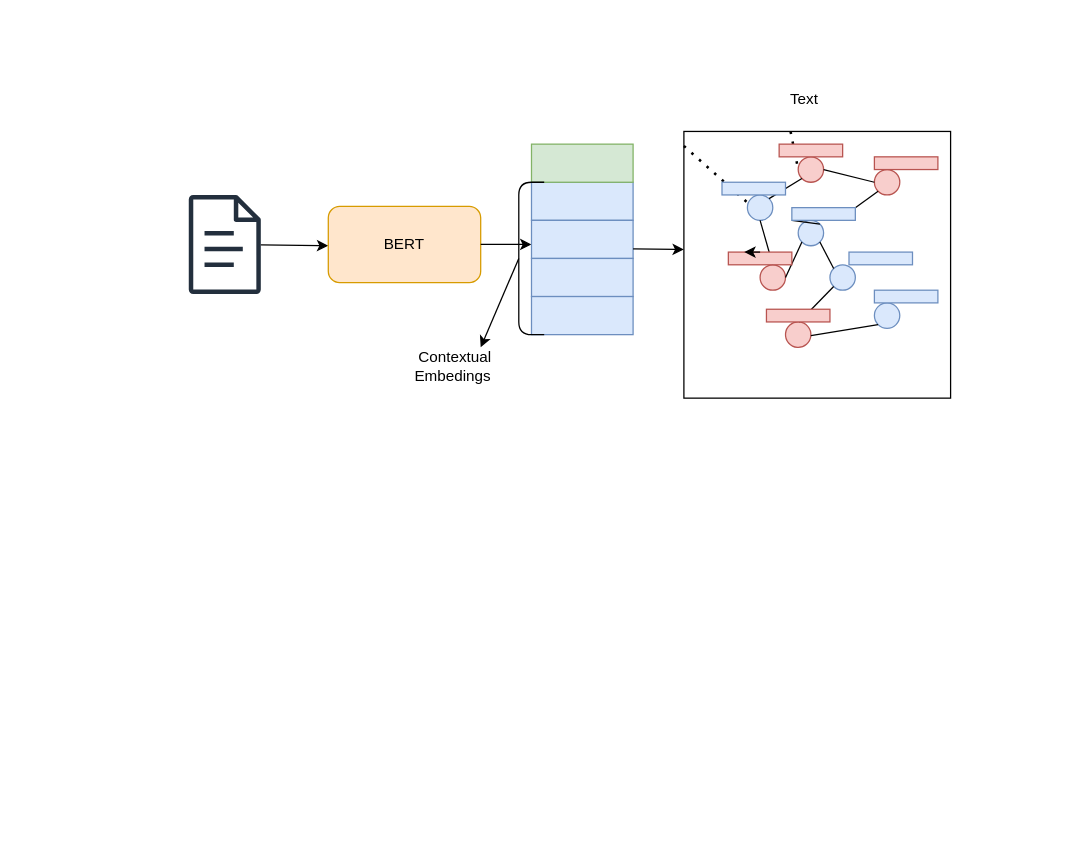
Before: page "Page-1" (2 of 2) of GraphBERT.drawio in prabsh/pj, a draw.io diagram. Source tidied: cells renumbered, new cells numbered last; positions are measured from the earlier drawing's top-left corner, leaving out a move shared by most shapes. Both pictures are drawn from the tidied source at 127%, with x=0, y=0 at pixel (188, 80).
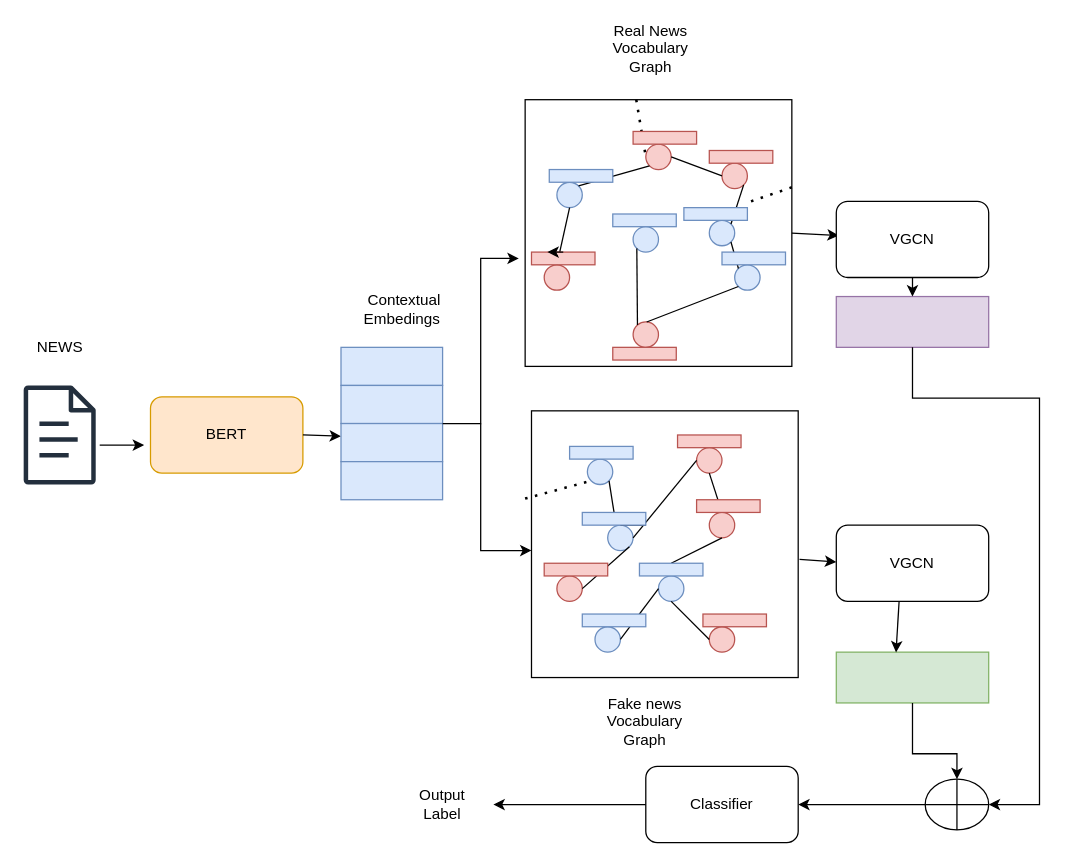
The same page after the edit.

The edit, as a diff of the source:
```diff
@@
     <mxCell id="2" style="sketch=0;outlineConnect=0;fontColor=#232F3E;gradientColor=none;fillColor=#232F3D;strokeColor=none;dashed=0;verticalLabelPosition=bottom;verticalAlign=top;align=center;html=1;fontSize=12;fontStyle=0;shape=mxgraph.aws4.document;" parent="1" vertex="1">
-      <mxGeometry y="90" width="57" height="78" as="geometry" />
+      <mxGeometry x="-130" y="240" width="57" height="78" as="geometry" />
     </mxCell>
-    <mxCell id="3" style="endArrow=classic;html=1;rounded=0;" parent="1" edge="1" source="2">
+    <mxCell id="3" style="endArrow=classic;html=1;rounded=0;entryX=-0.042;entryY=0.633;entryDx=0;entryDy=0;entryPerimeter=0;" parent="1" edge="1" target="4">
       <mxGeometry relative="1" as="geometry">
-        <mxPoint x="110" y="130" as="targetPoint" />
+        <mxPoint x="-70" y="287" as="sourcePoint" />
       </mxGeometry>
     </mxCell>
     <mxCell id="4" value="BERT" style="rounded=1;whiteSpace=wrap;html=1;fillColor=#ffe6cc;strokeColor=#d79b00;" parent="1" vertex="1">
-      <mxGeometry x="110" y="99" width="120" height="60" as="geometry" />
+      <mxGeometry x="-30" y="249" width="120" height="60" as="geometry" />
     </mxCell>
     <mxCell id="5" style="endArrow=classic;html=1;rounded=0;exitX=1;exitY=0.5;exitDx=0;exitDy=0;" parent="1" edge="1" source="4">
       <mxGeometry relative="1" as="geometry">
-        <mxPoint x="270" y="129" as="targetPoint" />
+        <mxPoint x="120" y="280" as="targetPoint" />
       </mxGeometry>
     </mxCell>
     <mxCell id="6" style="rounded=0;whiteSpace=wrap;html=1;fillColor=#dae8fc;strokeColor=#6c8ebf;" parent="1" vertex="1">
-      <mxGeometry x="270" y="80" width="80" height="30" as="geometry" />
+      <mxGeometry x="120" y="210" width="80" height="30" as="geometry" />
     </mxCell>
-    <mxCell id="7" style="rounded=0;whiteSpace=wrap;html=1;fillColor=#d5e8d4;strokeColor=#82b366;" parent="1" vertex="1">
-      <mxGeometry x="270" y="50" width="80" height="30" as="geometry" />
-    </mxCell>
     <mxCell id="8" style="rounded=0;whiteSpace=wrap;html=1;fillColor=#dae8fc;strokeColor=#6c8ebf;" parent="1" vertex="1">
-      <mxGeometry x="270" y="110" width="80" height="30" as="geometry" />
+      <mxGeometry x="120" y="240" width="80" height="30" as="geometry" />
     </mxCell>
-    <mxCell id="9" style="edgeStyle=orthogonalEdgeStyle;rounded=0;jettySize=auto;html=1;" parent="1" edge="1" source="10">
-      <mxGeometry relative="1" as="geometry">
-        <mxPoint x="310" y="180" as="targetPoint" />
-      </mxGeometry>
-    </mxCell>
     <mxCell id="10" style="rounded=0;whiteSpace=wrap;html=1;fillColor=#dae8fc;strokeColor=#6c8ebf;" parent="1" vertex="1">
-      <mxGeometry x="270" y="140" width="80" height="30" as="geometry" />
+      <mxGeometry x="120" y="270" width="80" height="30" as="geometry" />
     </mxCell>
     <mxCell id="11" style="rounded=0;whiteSpace=wrap;html=1;fillColor=#dae8fc;strokeColor=#6c8ebf;" parent="1" vertex="1">
-      <mxGeometry x="270" y="170" width="80" height="30" as="geometry" />
+      <mxGeometry x="120" y="300" width="80" height="30" as="geometry" />
     </mxCell>
-    <mxCell id="12" style="shape=curlyBracket;whiteSpace=wrap;html=1;rounded=1;labelPosition=left;verticalLabelPosition=middle;align=right;verticalAlign=middle;size=0;" parent="1" vertex="1">
-      <mxGeometry x="260" y="80" width="20" height="120" as="geometry" />
-    </mxCell>
-    <mxCell id="13" style="endArrow=classic;html=1;rounded=0;" parent="1" edge="1">
-      <mxGeometry relative="1" as="geometry">
-        <mxPoint x="260" y="140" as="sourcePoint" />
-        <mxPoint x="230" y="210" as="targetPoint" />
-      </mxGeometry>
-    </mxCell>
-    <mxCell id="14" value="Contextual Embedings&amp;nbsp;" style="text;html=1;align=center;verticalAlign=middle;whiteSpace=wrap;rounded=0;" parent="1" vertex="1">
-      <mxGeometry x="160" y="210" width="100" height="30" as="geometry" />
-    </mxCell>
-    <mxCell id="15" style="endArrow=classic;html=1;rounded=0;exitX=1;exitY=0.75;exitDx=0;exitDy=0;" parent="1" edge="1" source="8">
-      <mxGeometry relative="1" as="geometry">
-        <mxPoint x="390" y="133" as="targetPoint" />
-      </mxGeometry>
-    </mxCell>
     <mxCell id="16" style="whiteSpace=wrap;html=1;" parent="1" vertex="1">
-      <mxGeometry x="390" y="40" width="210" height="210" as="geometry" />
+      <mxGeometry x="265" y="15" width="210" height="210" as="geometry" />
     </mxCell>
     <mxCell id="17" style="ellipse;whiteSpace=wrap;html=1;fillColor=#dae8fc;strokeColor=#6c8ebf;" parent="1" vertex="1">
-      <mxGeometry x="440" y="90" width="20" height="20" as="geometry" />
+      <mxGeometry x="290" y="80" width="20" height="20" as="geometry" />
     </mxCell>
     <mxCell id="18" style="ellipse;whiteSpace=wrap;html=1;fillColor=#f8cecc;strokeColor=#b85450;" parent="1" vertex="1">
-      <mxGeometry x="480" y="60" width="20" height="20" as="geometry" />
+      <mxGeometry x="360" y="50" width="20" height="20" as="geometry" />
     </mxCell>
     <mxCell id="19" style="ellipse;whiteSpace=wrap;html=1;fillColor=#dae8fc;strokeColor=#6c8ebf;" parent="1" vertex="1">
-      <mxGeometry x="480" y="110" width="20" height="20" as="geometry" />
+      <mxGeometry x="410" y="110" width="20" height="20" as="geometry" />
     </mxCell>
     <mxCell id="20" style="ellipse;whiteSpace=wrap;html=1;fillColor=#f8cecc;strokeColor=#b85450;" parent="1" vertex="1">
-      <mxGeometry x="450" y="145" width="20" height="20" as="geometry" />
+      <mxGeometry x="280" y="145" width="20" height="20" as="geometry" />
     </mxCell>
     <mxCell id="21" style="ellipse;whiteSpace=wrap;html=1;fillColor=#dae8fc;strokeColor=#6c8ebf;" parent="1" vertex="1">
-      <mxGeometry x="505" y="145" width="20" height="20" as="geometry" />
+      <mxGeometry x="430" y="145" width="20" height="20" as="geometry" />
     </mxCell>
     <mxCell id="22" style="ellipse;whiteSpace=wrap;html=1;fillColor=#dae8fc;strokeColor=#6c8ebf;" parent="1" vertex="1">
-      <mxGeometry x="540" y="175" width="20" height="20" as="geometry" />
+      <mxGeometry x="350" y="115" width="20" height="20" as="geometry" />
     </mxCell>
     <mxCell id="23" style="ellipse;whiteSpace=wrap;html=1;fillColor=#f8cecc;strokeColor=#b85450;" parent="1" vertex="1">
-      <mxGeometry x="540" y="70" width="20" height="20" as="geometry" />
+      <mxGeometry x="420" y="65" width="20" height="20" as="geometry" />
     </mxCell>
     <mxCell id="24" style="ellipse;whiteSpace=wrap;html=1;rotation=4;fillColor=#f8cecc;strokeColor=#b85450;" parent="1" vertex="1">
-      <mxGeometry x="470" y="190" width="20" height="20" as="geometry" />
+      <mxGeometry x="350" y="190" width="20" height="20" as="geometry" />
     </mxCell>
@@
-    <mxCell id="26" style="endArrow=none;html=1;rounded=0;entryX=0;entryY=1;entryDx=0;entryDy=0;exitX=0.5;exitY=0;exitDx=0;exitDy=0;" parent="1" edge="1" target="19">
-      <mxGeometry relative="1" as="geometry">
-        <mxPoint x="470" y="155" as="sourcePoint" />
-      </mxGeometry>
-    </mxCell>
@@
-    <mxCell id="29" style="endArrow=none;html=1;rounded=0;entryX=0;entryY=1;entryDx=0;entryDy=0;exitX=1;exitY=0.5;exitDx=0;exitDy=0;" parent="1" edge="1" source="24" target="22">
+    <mxCell id="29" style="endArrow=none;html=1;rounded=0;entryX=0;entryY=1;entryDx=0;entryDy=0;exitX=0;exitY=0;exitDx=0;exitDy=0;" parent="1" edge="1" source="24" target="22">
       <mxGeometry relative="1" as="geometry" />
     </mxCell>
-    <mxCell id="30" style="endArrow=none;html=1;rounded=0;entryX=0;entryY=1;entryDx=0;entryDy=0;exitX=1;exitY=0;exitDx=0;exitDy=0;" parent="1" edge="1" source="39" target="23">
+    <mxCell id="30" style="endArrow=none;html=1;rounded=0;exitX=1;exitY=0;exitDx=0;exitDy=0;entryX=1;entryY=1;entryDx=0;entryDy=0;" parent="1" edge="1" source="19" target="23">
       <mxGeometry relative="1" as="geometry" />
     </mxCell>
@@
     <mxCell id="35" style="rounded=0;whiteSpace=wrap;html=1;fillColor=#f8cecc;strokeColor=#b85450;" parent="1" vertex="1">
-      <mxGeometry x="540" y="60" width="50" height="10" as="geometry" />
+      <mxGeometry x="410" y="55" width="50" height="10" as="geometry" />
     </mxCell>
     <mxCell id="36" style="rounded=0;whiteSpace=wrap;html=1;fillColor=#dae8fc;strokeColor=#6c8ebf;" parent="1" vertex="1">
-      <mxGeometry x="520" y="135" width="50" height="10" as="geometry" />
+      <mxGeometry x="390" y="100" width="50" height="10" as="geometry" />
     </mxCell>
     <mxCell id="37" style="rounded=0;whiteSpace=wrap;html=1;fillColor=#dae8fc;strokeColor=#6c8ebf;" parent="1" vertex="1">
-      <mxGeometry x="540" y="165" width="50" height="10" as="geometry" />
+      <mxGeometry x="420" y="135" width="50" height="10" as="geometry" />
     </mxCell>
-    <mxCell id="38" style="endArrow=none;html=1;rounded=0;entryX=0;entryY=1;entryDx=0;entryDy=0;exitX=1;exitY=0;exitDx=0;exitDy=0;" parent="1" edge="1" source="19" target="39">
-      <mxGeometry relative="1" as="geometry" />
-    </mxCell>
-    <mxCell id="39" style="rounded=0;whiteSpace=wrap;html=1;fillColor=#dae8fc;strokeColor=#6c8ebf;" parent="1" vertex="1">
-      <mxGeometry x="475" y="100" width="50" height="10" as="geometry" />
-    </mxCell>
     <mxCell id="40" style="rounded=0;whiteSpace=wrap;html=1;fillColor=#f8cecc;strokeColor=#b85450;" parent="1" vertex="1">
-      <mxGeometry x="465" y="50" width="50" height="10" as="geometry" />
+      <mxGeometry x="350" y="40" width="50" height="10" as="geometry" />
     </mxCell>
     <mxCell id="41" style="rounded=0;whiteSpace=wrap;html=1;fillColor=#dae8fc;strokeColor=#6c8ebf;" parent="1" vertex="1">
-      <mxGeometry x="420" y="80" width="50" height="10" as="geometry" />
+      <mxGeometry x="284" y="70" width="50" height="10" as="geometry" />
     </mxCell>
     <mxCell id="42" style="rounded=0;whiteSpace=wrap;html=1;fillColor=#f8cecc;strokeColor=#b85450;" parent="1" vertex="1">
-      <mxGeometry x="425" y="135" width="50" height="10" as="geometry" />
+      <mxGeometry x="270" y="135" width="50" height="10" as="geometry" />
     </mxCell>
     <mxCell id="43" style="rounded=0;whiteSpace=wrap;html=1;fillColor=#f8cecc;strokeColor=#b85450;" parent="1" vertex="1">
-      <mxGeometry x="455" y="180" width="50" height="10" as="geometry" />
+      <mxGeometry x="334" y="210" width="50" height="10" as="geometry" />
     </mxCell>
@@
-    <mxCell id="46" value="Text" style="text;html=1;align=center;verticalAlign=middle;whiteSpace=wrap;rounded=0;" parent="1" vertex="1">
-      <mxGeometry x="455" width="60" height="30" as="geometry" />
+    <mxCell id="46" value="Real News Vocabulary Graph" style="text;html=1;align=center;verticalAlign=middle;whiteSpace=wrap;rounded=0;" parent="1" vertex="1">
+      <mxGeometry x="334" y="-40" width="60" height="30" as="geometry" />
     </mxCell>
+    <mxCell id="14" value="Contextual Embedings&amp;nbsp;" style="text;html=1;align=center;verticalAlign=middle;whiteSpace=wrap;rounded=0;" parent="1" vertex="1">
+      <mxGeometry x="120" y="165" width="100" height="30" as="geometry" />
+    </mxCell>
+    <mxCell id="47" style="whiteSpace=wrap;html=1;" parent="1" vertex="1">
+      <mxGeometry x="270" y="260" width="210" height="210" as="geometry" />
+    </mxCell>
+    <mxCell id="48" style="rounded=0;whiteSpace=wrap;html=1;fillColor=#dae8fc;strokeColor=#6c8ebf;" parent="1" vertex="1">
+      <mxGeometry x="334" y="105" width="50" height="10" as="geometry" />
+    </mxCell>
+    <mxCell id="49" style="ellipse;whiteSpace=wrap;html=1;fillColor=#f8cecc;strokeColor=#b85450;" parent="1" vertex="1">
+      <mxGeometry x="290" y="390" width="20" height="20" as="geometry" />
+    </mxCell>
+    <mxCell id="50" style="ellipse;whiteSpace=wrap;html=1;fillColor=#dae8fc;strokeColor=#6c8ebf;" parent="1" vertex="1">
+      <mxGeometry x="314" y="298" width="20" height="20" as="geometry" />
+    </mxCell>
+    <mxCell id="51" style="ellipse;whiteSpace=wrap;html=1;fillColor=#f8cecc;strokeColor=#b85450;" parent="1" vertex="1">
+      <mxGeometry x="400" y="289" width="20" height="20" as="geometry" />
+    </mxCell>
+    <mxCell id="52" style="ellipse;whiteSpace=wrap;html=1;fillColor=#f8cecc;strokeColor=#b85450;" parent="1" vertex="1">
+      <mxGeometry x="410" y="340" width="20" height="20" as="geometry" />
+    </mxCell>
+    <mxCell id="53" style="ellipse;whiteSpace=wrap;html=1;fillColor=#f8cecc;strokeColor=#b85450;" parent="1" vertex="1">
+      <mxGeometry x="410" y="430" width="20" height="20" as="geometry" />
+    </mxCell>
+    <mxCell id="54" style="ellipse;whiteSpace=wrap;html=1;fillColor=#dae8fc;strokeColor=#6c8ebf;" parent="1" vertex="1">
+      <mxGeometry x="370" y="390" width="20" height="20" as="geometry" />
+    </mxCell>
+    <mxCell id="55" style="ellipse;whiteSpace=wrap;html=1;fillColor=#dae8fc;strokeColor=#6c8ebf;" parent="1" vertex="1">
+      <mxGeometry x="330" y="350" width="20" height="20" as="geometry" />
+    </mxCell>
+    <mxCell id="56" style="ellipse;whiteSpace=wrap;html=1;fillColor=#dae8fc;strokeColor=#6c8ebf;" parent="1" vertex="1">
+      <mxGeometry x="320" y="430" width="20" height="20" as="geometry" />
+    </mxCell>
+    <mxCell id="57" style="endArrow=none;html=1;rounded=0;exitX=1;exitY=1;exitDx=0;exitDy=0;entryX=0.5;entryY=0;entryDx=0;entryDy=0;" parent="1" edge="1" source="66" target="55">
+      <mxGeometry relative="1" as="geometry" />
+    </mxCell>
+    <mxCell id="58" style="endArrow=none;html=1;rounded=0;exitX=0;exitY=0.5;exitDx=0;exitDy=0;entryX=0.5;entryY=0;entryDx=0;entryDy=0;" parent="1" edge="1" source="51">
+      <mxGeometry relative="1" as="geometry">
+        <mxPoint x="350" y="360" as="targetPoint" />
+      </mxGeometry>
+    </mxCell>
+    <mxCell id="59" style="endArrow=none;html=1;rounded=0;exitX=0.5;exitY=1;exitDx=0;exitDy=0;entryX=0.5;entryY=0;entryDx=0;entryDy=0;" parent="1" edge="1" source="51" target="52">
+      <mxGeometry relative="1" as="geometry" />
+    </mxCell>
+    <mxCell id="60" style="endArrow=none;html=1;rounded=0;exitX=0.5;exitY=1;exitDx=0;exitDy=0;entryX=0.5;entryY=0;entryDx=0;entryDy=0;" parent="1" edge="1" source="69" target="54">
+      <mxGeometry relative="1" as="geometry" />
+    </mxCell>
+    <mxCell id="61" style="endArrow=none;html=1;rounded=0;exitX=0;exitY=0.5;exitDx=0;exitDy=0;entryX=0.5;entryY=1;entryDx=0;entryDy=0;" parent="1" edge="1" source="53" target="54">
+      <mxGeometry relative="1" as="geometry" />
+    </mxCell>
+    <mxCell id="62" style="endArrow=none;html=1;rounded=0;exitX=1;exitY=1;exitDx=0;exitDy=0;entryX=1;entryY=0.5;entryDx=0;entryDy=0;" parent="1" edge="1" source="55" target="49">
+      <mxGeometry relative="1" as="geometry" />
+    </mxCell>
+    <mxCell id="63" style="endArrow=none;html=1;rounded=0;exitX=0;exitY=0.5;exitDx=0;exitDy=0;entryX=1;entryY=0.5;entryDx=0;entryDy=0;" parent="1" edge="1" source="54" target="56">
+      <mxGeometry relative="1" as="geometry" />
+    </mxCell>
+    <mxCell id="64" style="rounded=0;whiteSpace=wrap;html=1;fillColor=#dae8fc;strokeColor=#6c8ebf;" parent="1" vertex="1">
+      <mxGeometry x="300" y="288" width="50" height="10" as="geometry" />
+    </mxCell>
+    <mxCell id="65" style="endArrow=none;html=1;rounded=0;exitX=1;exitY=1;exitDx=0;exitDy=0;entryX=0.5;entryY=0;entryDx=0;entryDy=0;" parent="1" edge="1" source="50" target="66">
+      <mxGeometry relative="1" as="geometry" />
+    </mxCell>
+    <mxCell id="66" style="rounded=0;whiteSpace=wrap;html=1;fillColor=#dae8fc;strokeColor=#6c8ebf;" parent="1" vertex="1">
+      <mxGeometry x="310" y="340" width="50" height="10" as="geometry" />
+    </mxCell>
+    <mxCell id="67" style="rounded=0;whiteSpace=wrap;html=1;fillColor=#dae8fc;strokeColor=#6c8ebf;" parent="1" vertex="1">
+      <mxGeometry x="310" y="420" width="50" height="10" as="geometry" />
+    </mxCell>
+    <mxCell id="68" style="endArrow=none;html=1;rounded=0;exitX=0.5;exitY=1;exitDx=0;exitDy=0;entryX=0.5;entryY=0;entryDx=0;entryDy=0;" parent="1" edge="1" source="52" target="69">
+      <mxGeometry relative="1" as="geometry" />
+    </mxCell>
+    <mxCell id="69" style="rounded=0;whiteSpace=wrap;html=1;fillColor=#dae8fc;strokeColor=#6c8ebf;" parent="1" vertex="1">
+      <mxGeometry x="355" y="380" width="50" height="10" as="geometry" />
+    </mxCell>
+    <mxCell id="70" style="rounded=0;whiteSpace=wrap;html=1;fillColor=#f8cecc;strokeColor=#b85450;" parent="1" vertex="1">
+      <mxGeometry x="405" y="420" width="50" height="10" as="geometry" />
+    </mxCell>
+    <mxCell id="71" style="rounded=0;whiteSpace=wrap;html=1;fillColor=#f8cecc;strokeColor=#b85450;" parent="1" vertex="1">
+      <mxGeometry x="280" y="380" width="50" height="10" as="geometry" />
+    </mxCell>
+    <mxCell id="72" style="rounded=0;whiteSpace=wrap;html=1;fillColor=#f8cecc;strokeColor=#b85450;" parent="1" vertex="1">
+      <mxGeometry x="400" y="330" width="50" height="10" as="geometry" />
+    </mxCell>
+    <mxCell id="73" style="rounded=0;whiteSpace=wrap;html=1;fillColor=#f8cecc;strokeColor=#b85450;" parent="1" vertex="1">
+      <mxGeometry x="385" y="279" width="50" height="10" as="geometry" />
+    </mxCell>
+    <mxCell id="74" value="Fake news Vocabulary Graph" style="text;html=1;align=center;verticalAlign=middle;whiteSpace=wrap;rounded=0;" parent="1" vertex="1">
+      <mxGeometry x="329" y="490" width="61" height="30" as="geometry" />
+    </mxCell>
+    <mxCell id="75" style="endArrow=classic;html=1;rounded=0;exitX=1;exitY=0;exitDx=0;exitDy=0;" parent="1" edge="1" source="10">
+      <mxGeometry relative="1" as="geometry">
+        <mxPoint x="260" y="140" as="targetPoint" />
+        <Array as="points">
+          <mxPoint x="230" y="270" />
+          <mxPoint x="230" y="140" />
+        </Array>
+      </mxGeometry>
+    </mxCell>
+    <mxCell id="76" style="endArrow=classic;html=1;rounded=0;" parent="1" edge="1">
+      <mxGeometry relative="1" as="geometry">
+        <mxPoint x="230" y="270" as="sourcePoint" />
+        <mxPoint x="270" y="370" as="targetPoint" />
+        <Array as="points">
+          <mxPoint x="230" y="370" />
+        </Array>
+      </mxGeometry>
+    </mxCell>
+    <mxCell id="77" style="endArrow=classic;html=1;rounded=0;exitX=1;exitY=0.5;exitDx=0;exitDy=0;entryX=0.017;entryY=0.617;entryDx=0;entryDy=0;entryPerimeter=0;" parent="1" edge="1" source="16">
+      <mxGeometry relative="1" as="geometry">
+        <mxPoint x="512" y="122" as="targetPoint" />
+      </mxGeometry>
+    </mxCell>
+    <mxCell id="78" style="endArrow=classic;html=1;rounded=0;exitX=1.005;exitY=0.557;exitDx=0;exitDy=0;exitPerimeter=0;" parent="1" edge="1" source="47">
+      <mxGeometry relative="1" as="geometry">
+        <mxPoint x="510" y="379" as="targetPoint" />
+      </mxGeometry>
+    </mxCell>
+    <mxCell id="79" value="VGCN" style="rounded=1;whiteSpace=wrap;html=1;" parent="1" vertex="1">
+      <mxGeometry x="510" y="350" width="120" height="60" as="geometry" />
+    </mxCell>
+    <mxCell id="80" value="VGCN" style="rounded=1;whiteSpace=wrap;html=1;" parent="1" vertex="1">
+      <mxGeometry x="510" y="95" width="120" height="60" as="geometry" />
+    </mxCell>
+    <mxCell id="81" style="rounded=0;whiteSpace=wrap;html=1;fillColor=#e1d5e7;strokeColor=#9673a6;" parent="1" vertex="1">
+      <mxGeometry x="510" y="170" width="120" height="40" as="geometry" />
+    </mxCell>
+    <mxCell id="82" style="rounded=0;whiteSpace=wrap;html=1;fillColor=#d5e8d4;strokeColor=#82b366;" parent="1" vertex="1">
+      <mxGeometry x="510" y="450" width="120" height="40" as="geometry" />
+    </mxCell>
+    <mxCell id="83" style="endArrow=classic;html=1;rounded=0;exitX=0.5;exitY=1;exitDx=0;exitDy=0;entryX=0.5;entryY=0;entryDx=0;entryDy=0;" parent="1" edge="1" source="80" target="81">
+      <mxGeometry relative="1" as="geometry" />
+    </mxCell>
+    <mxCell id="84" style="shape=orEllipse;perimeter=ellipsePerimeter;whiteSpace=wrap;html=1;backgroundOutline=1;" parent="1" vertex="1">
+      <mxGeometry x="580" y="550" width="50" height="40" as="geometry" />
+    </mxCell>
+    <mxCell id="85" style="endArrow=classic;html=1;rounded=0;exitX=0.5;exitY=1;exitDx=0;exitDy=0;entryX=1;entryY=0.5;entryDx=0;entryDy=0;" parent="1" edge="1" source="81" target="84">
+      <mxGeometry relative="1" as="geometry">
+        <Array as="points">
+          <mxPoint x="570" y="250" />
+          <mxPoint x="670" y="250" />
+          <mxPoint x="670" y="570" />
+        </Array>
+      </mxGeometry>
+    </mxCell>
+    <mxCell id="86" style="endArrow=classic;html=1;rounded=0;exitX=0.412;exitY=1.004;exitDx=0;exitDy=0;entryX=0.392;entryY=0.006;entryDx=0;entryDy=0;entryPerimeter=0;exitPerimeter=0;" parent="1" edge="1" source="79" target="82">
+      <mxGeometry relative="1" as="geometry" />
+    </mxCell>
+    <mxCell id="87" style="endArrow=classic;html=1;rounded=0;exitX=0.5;exitY=1;exitDx=0;exitDy=0;entryX=0.5;entryY=0;entryDx=0;entryDy=0;" parent="1" edge="1" source="82" target="84">
+      <mxGeometry relative="1" as="geometry">
+        <Array as="points">
+          <mxPoint x="570" y="530" />
+          <mxPoint x="605" y="530" />
+        </Array>
+      </mxGeometry>
+    </mxCell>
+    <mxCell id="88" value="Classifier" style="rounded=1;whiteSpace=wrap;html=1;" parent="1" vertex="1">
+      <mxGeometry x="360" y="540" width="120" height="60" as="geometry" />
+    </mxCell>
+    <mxCell id="89" style="endArrow=classic;html=1;rounded=0;exitX=0;exitY=0.5;exitDx=0;exitDy=0;entryX=1;entryY=0.5;entryDx=0;entryDy=0;" parent="1" edge="1" source="84" target="88">
+      <mxGeometry relative="1" as="geometry" />
+    </mxCell>
+    <mxCell id="90" style="endArrow=classic;html=1;rounded=0;exitX=0;exitY=0.5;exitDx=0;exitDy=0;" parent="1" edge="1" source="88">
+      <mxGeometry relative="1" as="geometry">
+        <mxPoint x="240" y="570" as="targetPoint" />
+      </mxGeometry>
+    </mxCell>
+    <mxCell id="91" value="Output Label" style="text;html=1;align=center;verticalAlign=middle;whiteSpace=wrap;rounded=0;" parent="1" vertex="1">
+      <mxGeometry x="170" y="555" width="60" height="30" as="geometry" />
+    </mxCell>
+    <mxCell id="92" value="NEWS" style="text;html=1;align=center;verticalAlign=middle;whiteSpace=wrap;rounded=0;" parent="1" vertex="1">
+      <mxGeometry x="-131.5" y="195" width="60" height="30" as="geometry" />
+    </mxCell>
+    <mxCell id="93" style="endArrow=none;dashed=1;html=1;dashPattern=1 3;strokeWidth=2;rounded=0;exitX=-0.024;exitY=0.329;exitDx=0;exitDy=0;exitPerimeter=0;entryX=0;entryY=1;entryDx=0;entryDy=0;" parent="1" edge="1" source="47" target="50">
+      <mxGeometry relative="1" as="geometry" />
+    </mxCell>
```
